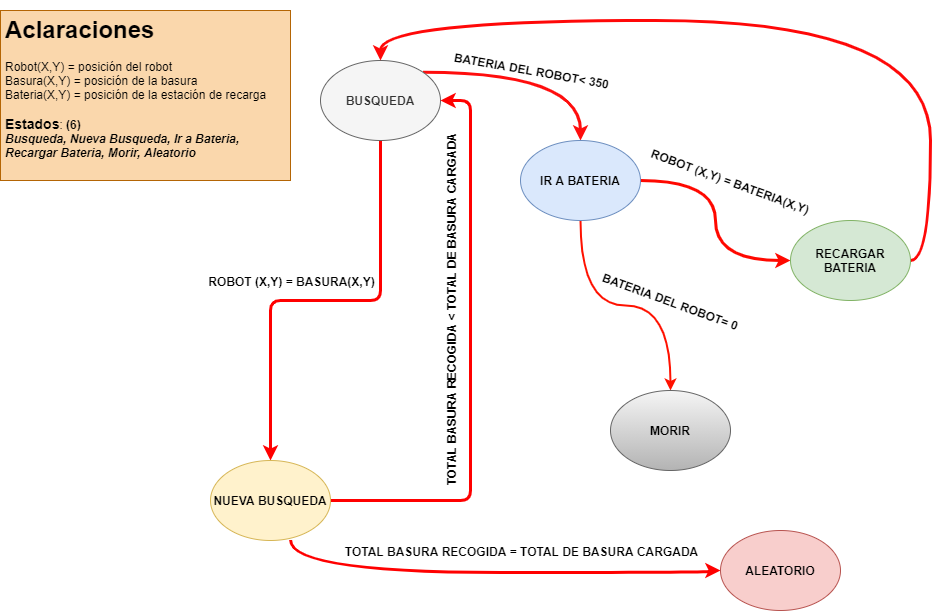
Before: documentacion/Diagrama de estados.png, a diagram exported from draw.io (tomasriv2017/TP_PC_MEF). Source tidied: cells renumbered, new cells last; positions are measured from the earlier drawing's top-left corner, leaving out a move shared by most shapes. Its diagram source:
```xml
<mxGraphModel>
  <root>
    <mxCell id="0" />
    <mxCell id="1" parent="0" />
    <mxCell id="2" style="edgeStyle=orthogonalEdgeStyle;jettySize=auto;html=1;entryX=0.5;entryY=0;entryDx=0;entryDy=0;exitX=1;exitY=0;exitDx=0;exitDy=0;fillColor=#f8cecc;strokeColor=#FF0D0D;curved=1;strokeWidth=3;" parent="1" edge="1" source="6" target="17">
      <mxGeometry relative="1" as="geometry" />
    </mxCell>
    <mxCell id="3" value="&lt;b&gt;&lt;font style=&quot;font-size: 12px&quot;&gt;BATERIA DEL ROBOT&amp;lt; 350&lt;/font&gt;&lt;/b&gt;" style="edgeLabel;html=1;align=center;verticalAlign=middle;rotation=10;" parent="2" vertex="1">
      <mxGeometry x="-0.55" y="4" relative="1" as="geometry">
        <mxPoint x="57" y="2" as="offset" />
      </mxGeometry>
    </mxCell>
    <mxCell id="4" style="edgeStyle=orthogonalEdgeStyle;jettySize=auto;html=1;entryX=0.5;entryY=0;entryDx=0;entryDy=0;rounded=1;strokeWidth=3;strokeColor=#FF0000;" parent="1" edge="1" source="6" target="12">
      <mxGeometry relative="1" as="geometry">
        <Array as="points">
          <mxPoint x="380" y="290" />
          <mxPoint x="270" y="290" />
        </Array>
      </mxGeometry>
    </mxCell>
    <mxCell id="5" value="&lt;b&gt;&lt;font style=&quot;font-size: 12px&quot;&gt;ROBOT (X,Y) = BASURA(X,Y)&lt;/font&gt;&lt;/b&gt;" style="edgeLabel;html=1;align=center;verticalAlign=middle;" parent="4" vertex="1">
      <mxGeometry x="0.07" y="2" relative="1" as="geometry">
        <mxPoint x="-21" y="-22" as="offset" />
      </mxGeometry>
    </mxCell>
    <mxCell id="6" value="&lt;b&gt;BUSQUEDA&lt;/b&gt;" style="ellipse;whiteSpace=wrap;html=1;fillColor=#f5f5f5;strokeColor=#666666;fontColor=#333333;" parent="1" vertex="1">
      <mxGeometry x="320" y="50" width="120" height="80" as="geometry" />
    </mxCell>
    <mxCell id="7" style="edgeStyle=orthogonalEdgeStyle;jettySize=auto;html=1;rounded=1;strokeWidth=3;strokeColor=#FF0000;" parent="1" edge="1" source="12">
      <mxGeometry relative="1" as="geometry">
        <mxPoint x="440" y="90" as="targetPoint" />
        <Array as="points">
          <mxPoint x="470" y="490" />
          <mxPoint x="470" y="90" />
        </Array>
      </mxGeometry>
    </mxCell>
    <mxCell id="8" value="&lt;b&gt;&lt;font style=&quot;font-size: 12px&quot;&gt;TOTAL BASURA RECOGIDA &amp;lt; TOTAL DE BASURA CARGADA&lt;/font&gt;&lt;/b&gt;" style="edgeLabel;html=1;align=center;verticalAlign=middle;rotation=-90;" parent="7" vertex="1">
      <mxGeometry x="-0.75" y="2" relative="1" as="geometry">
        <mxPoint x="49" y="-188" as="offset" />
      </mxGeometry>
    </mxCell>
    <mxCell id="9" style="edgeStyle=orthogonalEdgeStyle;orthogonalLoop=1;jettySize=auto;html=1;curved=1;strokeWidth=3;strokeColor=#FF0000;" parent="1" edge="1">
      <mxGeometry relative="1" as="geometry">
        <mxPoint x="290" y="529.4" as="sourcePoint" />
        <mxPoint x="720" y="560" as="targetPoint" />
        <Array as="points">
          <mxPoint x="290" y="562" />
          <mxPoint x="710" y="562" />
          <mxPoint x="710" y="560" />
        </Array>
      </mxGeometry>
    </mxCell>
    <mxCell id="10" value="&lt;span style=&quot;color: rgba(0 , 0 , 0 , 0) ; font-family: monospace ; font-size: 0px ; background-color: rgb(248 , 249 , 250)&quot;&gt;%3CmxGraphModel%3E%3Croot%3E%3CmxCell%20id%3D%220%22%2F%3E%3CmxCell%20id%3D%221%22%20parent%3D%220%22%2F%3E%3CmxCell%20id%3D%222%22%20style%3D%22edgeStyle%3DorthogonalEdgeStyle%3Brounded%3D0%3BorthogonalLoop%3D1%3BjettySize%3Dauto%3Bhtml%3D1%3BexitX%3D1%3BexitY%3D0.5%3BexitDx%3D0%3BexitDy%3D0%3B%22%20edge%3D%221%22%20parent%3D%221%22%3E%3CmxGeometry%20relative%3D%221%22%20as%3D%22geometry%22%3E%3CmxPoint%20x%3D%22120%22%20y%3D%22510%22%20as%3D%22sourcePoint%22%2F%3E%3CmxPoint%20x%3D%22469%22%20y%3D%22657%22%20as%3D%22targetPoint%22%2F%3E%3CArray%20as%3D%22points%22%3E%3CmxPoint%20x%3D%22190%22%20y%3D%22510%22%2F%3E%3CmxPoint%20x%3D%22190%22%20y%3D%22657%22%2F%3E%3C%2FArray%3E%3C%2FmxGeometry%3E%3C%2FmxCell%3E%3C%2Froot%3E%3C%2FmxGraphModel%3E&lt;/span&gt;" style="edgeLabel;html=1;align=center;verticalAlign=middle;" parent="9" vertex="1">
      <mxGeometry x="-0.02" y="3" relative="1" as="geometry" />
    </mxCell>
    <mxCell id="11" value="&lt;b style=&quot;font-size: 12px&quot;&gt;TOTAL BASURA RECOGIDA = TOTAL DE BASURA CARGADA&lt;/b&gt;" style="edgeLabel;html=1;align=center;verticalAlign=middle;" parent="9" vertex="1">
      <mxGeometry y="2" relative="1" as="geometry">
        <mxPoint x="30" y="-20" as="offset" />
      </mxGeometry>
    </mxCell>
    <mxCell id="12" value="&lt;b&gt;NUEVA BUSQUEDA&lt;/b&gt;" style="ellipse;whiteSpace=wrap;html=1;fillColor=#fff2cc;strokeColor=#d6b656;" parent="1" vertex="1">
      <mxGeometry x="210" y="450" width="120" height="80" as="geometry" />
    </mxCell>
    <mxCell id="13" style="edgeStyle=orthogonalEdgeStyle;jettySize=auto;html=1;curved=1;strokeWidth=2;strokeColor=#FF1100;" parent="1" edge="1" source="17" target="20">
      <mxGeometry relative="1" as="geometry" />
    </mxCell>
    <mxCell id="14" value="&lt;b&gt;&lt;font style=&quot;font-size: 12px&quot;&gt;BATERIA DEL ROBOT= 0&lt;/font&gt;&lt;/b&gt;" style="edgeLabel;html=1;align=center;verticalAlign=middle;rotation=20;" parent="13" vertex="1">
      <mxGeometry x="0.19" y="-2" relative="1" as="geometry">
        <mxPoint x="20" y="-7" as="offset" />
      </mxGeometry>
    </mxCell>
    <mxCell id="15" style="edgeStyle=orthogonalEdgeStyle;jettySize=auto;html=1;curved=1;strokeColor=#FF0800;strokeWidth=3;" parent="1" edge="1" source="17" target="19">
      <mxGeometry relative="1" as="geometry" />
    </mxCell>
    <mxCell id="16" value="&lt;b&gt;&lt;font style=&quot;font-size: 12px&quot;&gt;ROBOT (X,Y) = BATERIA(X,Y)&lt;/font&gt;&lt;/b&gt;" style="edgeLabel;html=1;align=center;verticalAlign=middle;rotation=20;" parent="15" vertex="1">
      <mxGeometry x="-0.46" y="-3" relative="1" as="geometry">
        <mxPoint x="28" y="-3" as="offset" />
      </mxGeometry>
    </mxCell>
    <mxCell id="17" value="&lt;b&gt;IR A BATERIA&lt;/b&gt;" style="ellipse;whiteSpace=wrap;html=1;fillColor=#dae8fc;strokeColor=#6c8ebf;" parent="1" vertex="1">
      <mxGeometry x="520" y="130" width="120" height="80" as="geometry" />
    </mxCell>
    <mxCell id="18" style="edgeStyle=orthogonalEdgeStyle;jettySize=auto;html=1;entryX=0.5;entryY=0;entryDx=0;entryDy=0;curved=1;strokeColor=#FF0808;strokeWidth=3;" parent="1" edge="1" source="19" target="6">
      <mxGeometry relative="1" as="geometry">
        <Array as="points">
          <mxPoint x="930" y="250" />
          <mxPoint x="930" y="10" />
          <mxPoint x="380" y="10" />
        </Array>
      </mxGeometry>
    </mxCell>
    <mxCell id="19" value="&lt;b&gt;RECARGAR BATERIA&lt;/b&gt;" style="ellipse;whiteSpace=wrap;html=1;fillColor=#d5e8d4;strokeColor=#82b366;" parent="1" vertex="1">
      <mxGeometry x="790" y="210" width="120" height="80" as="geometry" />
    </mxCell>
    <mxCell id="20" value="&lt;b&gt;MORIR&lt;/b&gt;" style="ellipse;whiteSpace=wrap;html=1;fillColor=#f5f5f5;strokeColor=#666666;gradientColor=#b3b3b3;" parent="1" vertex="1">
      <mxGeometry x="610" y="380" width="120" height="80" as="geometry" />
    </mxCell>
    <mxCell id="21" value="&lt;b&gt;ALEATORIO&lt;/b&gt;" style="ellipse;whiteSpace=wrap;html=1;fillColor=#f8cecc;strokeColor=#b85450;" parent="1" vertex="1">
      <mxGeometry x="720" y="520" width="120" height="80" as="geometry" />
    </mxCell>
    <mxCell id="22" value="&lt;h1&gt;Aclaraciones&lt;/h1&gt;&lt;div&gt;Robot(X,Y) = posición del robot&lt;/div&gt;&lt;div&gt;Basura(X,Y) = posición de la basura&lt;/div&gt;&lt;div&gt;Bateria(X,Y) = posición de la estación de recarga&lt;/div&gt;&lt;div&gt;&lt;br&gt;&lt;/div&gt;&lt;div&gt;&lt;b&gt;&lt;font style=&quot;font-size: 14px&quot;&gt;Estados&lt;/font&gt;&lt;/b&gt;: &lt;b&gt;(6)&lt;/b&gt;&lt;/div&gt;&lt;div&gt;&lt;i&gt;&lt;b&gt;Busqueda, Nueva Busqueda, Ir a Bateria, Recargar Bateria, Morir, Aleatorio&lt;/b&gt;&lt;/i&gt;&lt;/div&gt;&lt;div&gt;&lt;br&gt;&lt;/div&gt;&lt;div&gt;&lt;br&gt;&lt;/div&gt;&lt;div&gt;&lt;br&gt;&lt;/div&gt;&lt;div&gt;&lt;br&gt;&lt;/div&gt;" style="text;html=1;strokeColor=#b46504;fillColor=#fad7ac;spacing=5;spacingTop=-20;whiteSpace=wrap;overflow=hidden;rounded=0;" parent="1" vertex="1">
      <mxGeometry width="290" height="170" as="geometry" />
    </mxCell>
  </root>
</mxGraphModel>
```
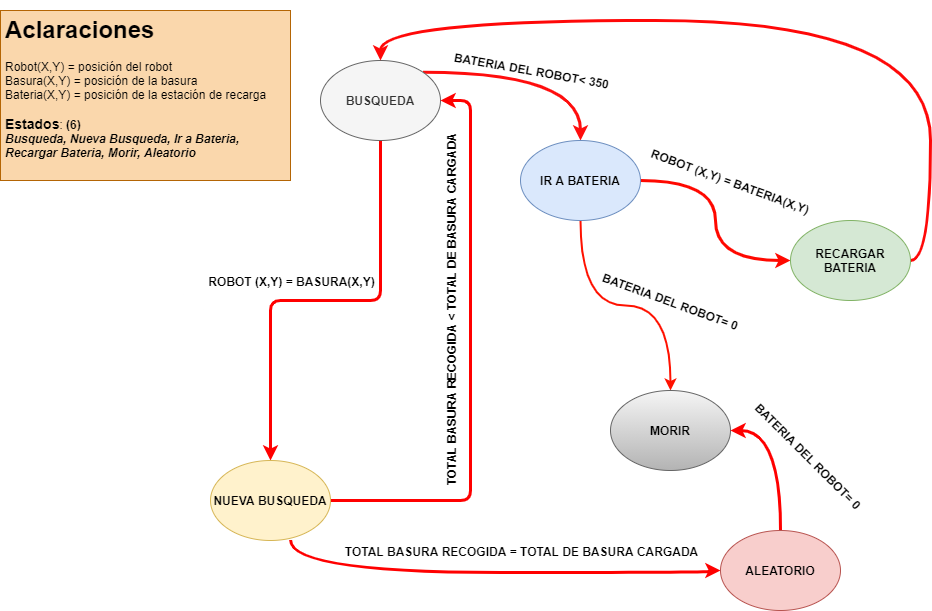
After the change.

Commit message:
arreglado diagrama de estados y agregada informacion de las basuras totales a recoger en la Ventana principal

Change to the diagram source:
```diff
@@ -96,11 +96,17 @@
     <mxCell id="20" value="&lt;b&gt;MORIR&lt;/b&gt;" style="ellipse;whiteSpace=wrap;html=1;fillColor=#f5f5f5;strokeColor=#666666;gradientColor=#b3b3b3;" parent="1" vertex="1">
       <mxGeometry x="610" y="380" width="120" height="80" as="geometry" />
     </mxCell>
+    <mxCell id="23" style="edgeStyle=orthogonalEdgeStyle;jettySize=auto;html=1;entryX=1;entryY=0.5;entryDx=0;entryDy=0;curved=1;strokeWidth=3;strokeColor=#FF0000;" parent="1" edge="1" source="21" target="20">
+      <mxGeometry relative="1" as="geometry" />
+    </mxCell>
     <mxCell id="21" value="&lt;b&gt;ALEATORIO&lt;/b&gt;" style="ellipse;whiteSpace=wrap;html=1;fillColor=#f8cecc;strokeColor=#b85450;" parent="1" vertex="1">
       <mxGeometry x="720" y="520" width="120" height="80" as="geometry" />
     </mxCell>
     <mxCell id="22" value="&lt;h1&gt;Aclaraciones&lt;/h1&gt;&lt;div&gt;Robot(X,Y) = posición del robot&lt;/div&gt;&lt;div&gt;Basura(X,Y) = posición de la basura&lt;/div&gt;&lt;div&gt;Bateria(X,Y) = posición de la estación de recarga&lt;/div&gt;&lt;div&gt;&lt;br&gt;&lt;/div&gt;&lt;div&gt;&lt;b&gt;&lt;font style=&quot;font-size: 14px&quot;&gt;Estados&lt;/font&gt;&lt;/b&gt;: &lt;b&gt;(6)&lt;/b&gt;&lt;/div&gt;&lt;div&gt;&lt;i&gt;&lt;b&gt;Busqueda, Nueva Busqueda, Ir a Bateria, Recargar Bateria, Morir, Aleatorio&lt;/b&gt;&lt;/i&gt;&lt;/div&gt;&lt;div&gt;&lt;br&gt;&lt;/div&gt;&lt;div&gt;&lt;br&gt;&lt;/div&gt;&lt;div&gt;&lt;br&gt;&lt;/div&gt;&lt;div&gt;&lt;br&gt;&lt;/div&gt;" style="text;html=1;strokeColor=#b46504;fillColor=#fad7ac;spacing=5;spacingTop=-20;whiteSpace=wrap;overflow=hidden;rounded=0;" parent="1" vertex="1">
       <mxGeometry width="290" height="170" as="geometry" />
     </mxCell>
+    <mxCell id="24" value="&lt;b style=&quot;color: rgb(0, 0, 0); font-family: helvetica; font-size: 11px; font-style: normal; letter-spacing: normal; text-align: center; text-indent: 0px; text-transform: none; word-spacing: 0px;&quot;&gt;&lt;font style=&quot;font-size: 12px&quot;&gt;BATERIA DEL ROBOT= 0&lt;/font&gt;&lt;/b&gt;" style="text;whiteSpace=wrap;html=1;rotation=45;" parent="1" vertex="1">
+      <mxGeometry x="730" y="440" width="170" height="30" as="geometry" />
+    </mxCell>
   </root>
 </mxGraphModel>
```
